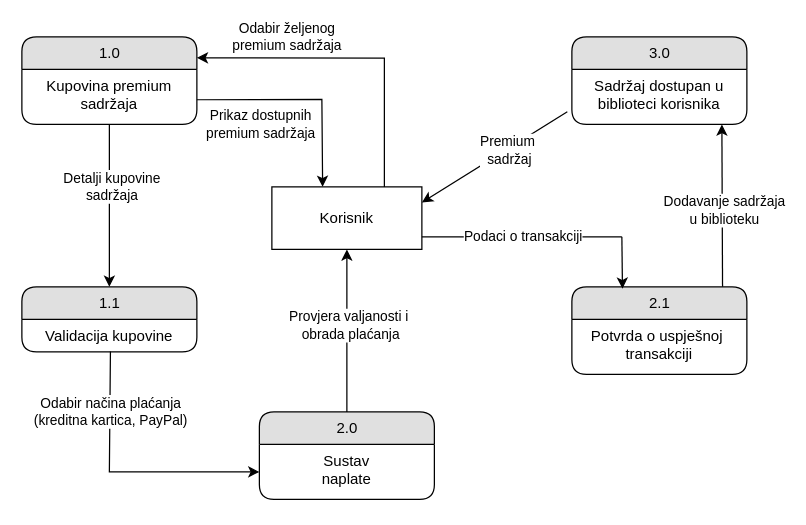
Before: 2. Specifikacija zahtjeva/Model procesa/Detaljni dijagram za odabrani proces.drawio in Franjo7/PIS, a draw.io diagram. Source tidied: cells renumbered, new cells numbered last; positions are measured from the earlier drawing's top-left corner, leaving out a move shared by most shapes. Both pictures are drawn from the tidied source at 125%, with x=0, y=0 at pixel (21, 36).
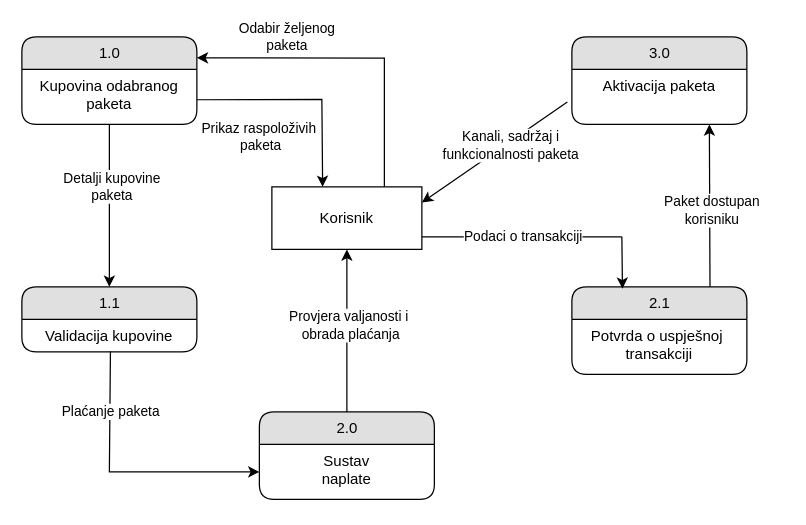
The same page after the edit.

Unchanged cells that the change refers to:
```xml
<mxCell id="2" value="2.1" style="swimlane;html=1;fontStyle=0;horizontal=1;startSize=26;fillColor=#e0e0e0;swimlaneFillColor=#ffffff;align=center;rounded=1;shadow=0;comic=0;labelBackgroundColor=none;strokeWidth=1;fontFamily=Helvetica;fontSize=12;" parent="1" vertex="1">
  <mxGeometry x="440" y="200" width="140" height="70" as="geometry" />
</mxCell>
<mxCell id="4" value="1.0" style="swimlane;html=1;fontStyle=0;horizontal=1;startSize=26;fillColor=#e0e0e0;swimlaneFillColor=#ffffff;align=center;rounded=1;shadow=0;comic=0;labelBackgroundColor=none;strokeWidth=1;fontFamily=Helvetica;fontSize=12;" parent="1" vertex="1">
  <mxGeometry width="140" height="70" as="geometry" />
</mxCell>
<mxCell id="6" value="1.1" style="swimlane;html=1;fontStyle=0;horizontal=1;startSize=26;fillColor=#e0e0e0;swimlaneFillColor=#ffffff;align=center;rounded=1;shadow=0;comic=0;labelBackgroundColor=none;strokeWidth=1;fontFamily=Helvetica;fontSize=12;" parent="1" vertex="1">
  <mxGeometry y="200" width="140" height="52" as="geometry" />
</mxCell>
<mxCell id="10" value="Korisnik" style="whiteSpace=wrap;html=1;rounded=0;shadow=0;comic=0;labelBackgroundColor=none;strokeWidth=1;fontFamily=Helvetica;fontSize=12;align=center;fontStyle=0;" parent="1" vertex="1">
  <mxGeometry x="200" y="120" width="120" height="50" as="geometry" />
</mxCell>
<mxCell id="17" style="endArrow=classic;html=1;rounded=0;exitX=0.506;exitY=0.992;exitDx=0;exitDy=0;exitPerimeter=0;entryX=0;entryY=0.5;entryDx=0;entryDy=0;fontFamily=Helvetica;fontStyle=0;" parent="1" edge="1" source="7" target="9">
  <mxGeometry relative="1" as="geometry">
    <Array as="points">
      <mxPoint x="70" y="348" />
    </Array>
  </mxGeometry>
</mxCell>
<mxCell id="21" value="3.0" style="swimlane;html=1;fontStyle=0;horizontal=1;startSize=26;fillColor=#e0e0e0;swimlaneFillColor=#ffffff;align=center;rounded=1;shadow=0;comic=0;labelBackgroundColor=none;strokeWidth=1;fontFamily=Helvetica;fontSize=12;" parent="1" vertex="1">
  <mxGeometry x="440" width="140" height="70" as="geometry" />
</mxCell>
```

What changed in the source:
```diff
@@
-    <mxCell id="5" value="Kupovina premium&lt;br&gt;sadržaja" style="text;html=1;strokeColor=none;fillColor=none;spacingLeft=4;spacingRight=4;whiteSpace=wrap;overflow=hidden;align=center;fontFamily=Helvetica;fontStyle=0;" parent="4" vertex="1">
-      <mxGeometry y="26" width="140" height="44" as="geometry" />
-    </mxCell>
+    <mxCell id="30" value="Kupovina odabranog&lt;br&gt;paketa" style="text;html=1;strokeColor=none;fillColor=none;spacingLeft=4;spacingRight=4;whiteSpace=wrap;overflow=hidden;align=center;fontFamily=Helvetica;fontStyle=0;" parent="4" vertex="1">
+      <mxGeometry y="26" width="140" height="44" as="geometry" />
+    </mxCell>
@@
-    <mxCell id="11" style="endArrow=classic;html=1;rounded=0;entryX=1;entryY=0.5;entryDx=0;entryDy=0;fontFamily=Helvetica;fontStyle=0;exitX=0.75;exitY=0;exitDx=0;exitDy=0;" parent="1" edge="1" source="10">
-      <mxGeometry relative="1" as="geometry">
-        <mxPoint x="140" y="16.8" as="targetPoint" />
-        <Array as="points">
-          <mxPoint x="290" y="110" />
-          <mxPoint x="290" y="80" />
-          <mxPoint x="290" y="17" />
-        </Array>
-      </mxGeometry>
-    </mxCell>
-    <mxCell id="12" value="Odabir željenog &lt;br&gt;premium sadržaja" style="edgeLabel;html=1;align=center;verticalAlign=middle;fontFamily=Helvetica;fontStyle=0;" parent="11" vertex="1">
-      <mxGeometry x="-0.17" y="1" relative="1" as="geometry">
-        <mxPoint x="-76" y="-18" as="offset" />
-      </mxGeometry>
-    </mxCell>
-    <mxCell id="13" style="endArrow=classic;html=1;rounded=0;entryX=0.338;entryY=0.03;entryDx=0;entryDy=0;fontFamily=Helvetica;fontStyle=0;entryPerimeter=0;" parent="1" edge="1">
-      <mxGeometry relative="1" as="geometry">
-        <mxPoint x="140" y="50.3" as="sourcePoint" />
-        <mxPoint x="240.6" y="120" as="targetPoint" />
-        <Array as="points">
-          <mxPoint x="240" y="50" />
-        </Array>
-      </mxGeometry>
-    </mxCell>
-    <mxCell id="14" value="Prikaz dostupnih&lt;br&gt;premium sadržaja" style="edgeLabel;html=1;align=center;verticalAlign=middle;fontFamily=Helvetica;fontStyle=0;" parent="13" vertex="1">
-      <mxGeometry x="0.49" y="4" relative="1" as="geometry">
-        <mxPoint x="-54" y="-7" as="offset" />
-      </mxGeometry>
-    </mxCell>
-    <mxCell id="15" style="endArrow=classic;html=1;rounded=0;entryX=0.5;entryY=0;entryDx=0;entryDy=0;fontFamily=Helvetica;fontStyle=0;" parent="1" edge="1" target="6">
-      <mxGeometry relative="1" as="geometry">
-        <mxPoint x="70" y="70" as="sourcePoint" />
-      </mxGeometry>
-    </mxCell>
-    <mxCell id="16" value="Detalji kupovine&lt;br&gt;sadržaja" style="edgeLabel;html=1;align=center;verticalAlign=middle;fontFamily=Helvetica;fontStyle=0;" parent="15" vertex="1">
-      <mxGeometry x="-0.25" y="1" relative="1" as="geometry" />
-    </mxCell>
+    <mxCell id="31" style="endArrow=classic;html=1;rounded=0;entryX=1;entryY=0.5;entryDx=0;entryDy=0;fontFamily=Helvetica;fontStyle=0;exitX=0.75;exitY=0;exitDx=0;exitDy=0;" parent="1" edge="1" source="10">
+      <mxGeometry relative="1" as="geometry">
+        <mxPoint x="140" y="16.8" as="targetPoint" />
+        <Array as="points">
+          <mxPoint x="290" y="110" />
+          <mxPoint x="290" y="80" />
+          <mxPoint x="290" y="17" />
+        </Array>
+      </mxGeometry>
+    </mxCell>
+    <mxCell id="32" value="Odabir željenog&lt;br&gt;paketa" style="edgeLabel;html=1;align=center;verticalAlign=middle;fontFamily=Helvetica;fontStyle=0;" parent="31" vertex="1">
+      <mxGeometry x="-0.17" y="1" relative="1" as="geometry">
+        <mxPoint x="-76" y="-18" as="offset" />
+      </mxGeometry>
+    </mxCell>
+    <mxCell id="33" style="endArrow=classic;html=1;rounded=0;entryX=0.338;entryY=0.03;entryDx=0;entryDy=0;fontFamily=Helvetica;fontStyle=0;entryPerimeter=0;" parent="1" edge="1">
+      <mxGeometry relative="1" as="geometry">
+        <mxPoint x="140" y="50.3" as="sourcePoint" />
+        <mxPoint x="240.6" y="120" as="targetPoint" />
+        <Array as="points">
+          <mxPoint x="240" y="50" />
+        </Array>
+      </mxGeometry>
+    </mxCell>
+    <mxCell id="34" value="Prikaz raspoloživih&amp;nbsp;&lt;br&gt;paketa" style="edgeLabel;html=1;align=center;verticalAlign=middle;fontFamily=Helvetica;fontStyle=0;" parent="33" vertex="1">
+      <mxGeometry x="0.49" y="4" relative="1" as="geometry">
+        <mxPoint x="-54" y="3" as="offset" />
+      </mxGeometry>
+    </mxCell>
+    <mxCell id="35" style="endArrow=classic;html=1;rounded=0;entryX=0.5;entryY=0;entryDx=0;entryDy=0;fontFamily=Helvetica;fontStyle=0;" parent="1" edge="1" target="6">
+      <mxGeometry relative="1" as="geometry">
+        <mxPoint x="70" y="70" as="sourcePoint" />
+      </mxGeometry>
+    </mxCell>
+    <mxCell id="36" value="Detalji kupovine&lt;br&gt;paketa" style="edgeLabel;html=1;align=center;verticalAlign=middle;fontFamily=Helvetica;fontStyle=0;" parent="35" vertex="1">
+      <mxGeometry x="-0.25" y="1" relative="1" as="geometry" />
+    </mxCell>
@@
-    <mxCell id="18" value="Odabir načina plaćanja&lt;br&gt;(kreditna kartica, PayPal)" style="edgeLabel;html=1;align=center;verticalAlign=middle;fontFamily=Helvetica;fontStyle=0;" parent="17" vertex="1">
-      <mxGeometry x="-0.3" relative="1" as="geometry">
-        <mxPoint y="-28" as="offset" />
-      </mxGeometry>
-    </mxCell>
+    <mxCell id="37" value="Plaćanje paketa" style="edgeLabel;html=1;align=center;verticalAlign=middle;fontFamily=Helvetica;fontStyle=0;" parent="17" vertex="1">
+      <mxGeometry x="-0.3" relative="1" as="geometry">
+        <mxPoint y="-28" as="offset" />
+      </mxGeometry>
+    </mxCell>
@@
-    <mxCell id="22" value="Sadržaj dostupan u biblioteci korisnika" style="text;html=1;strokeColor=none;fillColor=none;spacingLeft=4;spacingRight=4;whiteSpace=wrap;overflow=hidden;points=[[0,0.5],[1,0.5]];portConstraint=eastwest;align=center;fontFamily=Helvetica;fontStyle=0;" parent="21" vertex="1">
-      <mxGeometry y="26" width="140" height="44" as="geometry" />
-    </mxCell>
-    <mxCell id="23" style="endArrow=none;html=1;rounded=0;" parent="1" edge="1">
-      <mxGeometry relative="1" as="geometry">
-        <mxPoint x="320" y="160" as="sourcePoint" />
-        <mxPoint x="480" y="160" as="targetPoint" />
-      </mxGeometry>
-    </mxCell>
-    <mxCell id="24" style="endArrow=classic;html=1;rounded=0;entryX=0.289;entryY=0.021;entryDx=0;entryDy=0;entryPerimeter=0;" parent="1" edge="1" target="2">
-      <mxGeometry relative="1" as="geometry">
-        <mxPoint x="480" y="160" as="sourcePoint" />
-      </mxGeometry>
-    </mxCell>
+    <mxCell id="38" value="Aktivacija paketa" style="text;html=1;strokeColor=none;fillColor=none;spacingLeft=4;spacingRight=4;whiteSpace=wrap;overflow=hidden;points=[[0,0.5],[1,0.5]];portConstraint=eastwest;align=center;fontFamily=Helvetica;fontStyle=0;" parent="21" vertex="1">
+      <mxGeometry y="26" width="140" height="34" as="geometry" />
+    </mxCell>
+    <mxCell id="39" style="endArrow=none;html=1;rounded=0;" parent="1" edge="1">
+      <mxGeometry relative="1" as="geometry">
+        <mxPoint x="320" y="160" as="sourcePoint" />
+        <mxPoint x="480" y="160" as="targetPoint" />
+      </mxGeometry>
+    </mxCell>
+    <mxCell id="40" style="endArrow=classic;html=1;rounded=0;entryX=0.289;entryY=0.021;entryDx=0;entryDy=0;entryPerimeter=0;" parent="1" edge="1" target="2">
+      <mxGeometry relative="1" as="geometry">
+        <mxPoint x="480" y="160" as="sourcePoint" />
+      </mxGeometry>
+    </mxCell>
-    <mxCell id="25" value="Podaci o transakciji" style="edgeLabel;html=1;align=center;verticalAlign=middle;" parent="24" vertex="1">
+    <mxCell id="25" value="Podaci o transakciji" style="edgeLabel;html=1;align=center;verticalAlign=middle;" parent="40" vertex="1">
       <mxGeometry x="0.07" y="1" relative="1" as="geometry">
         <mxPoint x="-81" y="-22" as="offset" />
       </mxGeometry>
     </mxCell>
-    <mxCell id="26" style="endArrow=classic;html=1;rounded=0;exitX=0.861;exitY=-0.002;exitDx=0;exitDy=0;exitPerimeter=0;" parent="1" edge="1" source="2">
-      <mxGeometry relative="1" as="geometry">
-        <mxPoint x="560" y="70" as="targetPoint" />
-      </mxGeometry>
-    </mxCell>
-    <mxCell id="27" value="Dodavanje sadržaja &lt;br&gt;u biblioteku" style="edgeLabel;html=1;align=center;verticalAlign=middle;" parent="26" vertex="1">
-      <mxGeometry x="-0.06" y="-1" relative="1" as="geometry" />
-    </mxCell>
-    <mxCell id="28" style="endArrow=classic;html=1;rounded=0;exitX=-0.026;exitY=0.769;exitDx=0;exitDy=0;exitPerimeter=0;entryX=1;entryY=0.25;entryDx=0;entryDy=0;" parent="1" edge="1" source="22" target="10">
-      <mxGeometry relative="1" as="geometry" />
-    </mxCell>
-    <mxCell id="29" value="Premium&amp;nbsp;&lt;br&gt;sadržaj" style="edgeLabel;html=1;align=center;verticalAlign=middle;" parent="28" vertex="1">
-      <mxGeometry x="-0.04" y="3" relative="1" as="geometry">
-        <mxPoint x="8" y="-7" as="offset" />
-      </mxGeometry>
-    </mxCell>
+    <mxCell id="41" style="endArrow=classic;html=1;rounded=0;exitX=0.861;exitY=-0.002;exitDx=0;exitDy=0;exitPerimeter=0;" parent="1" edge="1">
+      <mxGeometry relative="1" as="geometry">
+        <mxPoint x="550.5" y="199.9" as="sourcePoint" />
+        <mxPoint x="550" y="70" as="targetPoint" />
+      </mxGeometry>
+    </mxCell>
+    <mxCell id="42" value="Paket dostupan&lt;br&gt;korisniku" style="edgeLabel;html=1;align=center;verticalAlign=middle;" parent="41" vertex="1">
+      <mxGeometry x="-0.06" y="-1" relative="1" as="geometry" />
+    </mxCell>
+    <mxCell id="43" style="endArrow=classic;html=1;rounded=0;exitX=-0.026;exitY=0.769;exitDx=0;exitDy=0;exitPerimeter=0;entryX=1;entryY=0.25;entryDx=0;entryDy=0;" parent="1" edge="1" source="38" target="10">
+      <mxGeometry relative="1" as="geometry" />
+    </mxCell>
+    <mxCell id="44" value="Kanali, sadržaj i &lt;br&gt;funkcionalnosti&amp;nbsp;paketa" style="edgeLabel;html=1;align=center;verticalAlign=middle;" parent="43" vertex="1">
+      <mxGeometry x="-0.04" y="3" relative="1" as="geometry">
+        <mxPoint x="8" y="-7" as="offset" />
+      </mxGeometry>
+    </mxCell>
```
